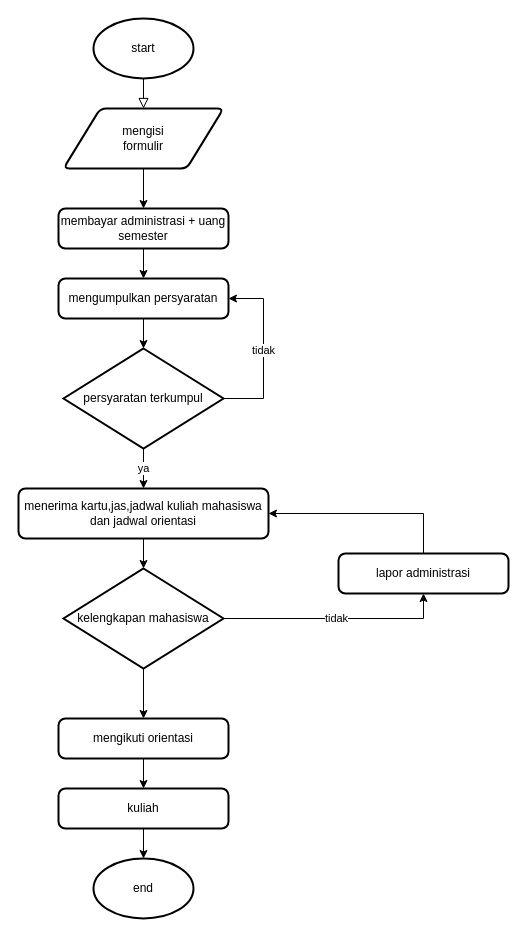
Earlier version of the draw.io diagram frontend/javascript/1-algorithm-and-pseudocode-cp/exercise-1.drawio (ruang-guru/playground). Source tidied: cells renumbered, new cells numbered last; positions are measured from the earlier drawing's top-left corner, leaving out a move shared by most shapes. Both pictures are drawn from the tidied source at 100%, with x=0, y=0 at pixel (18, 18).
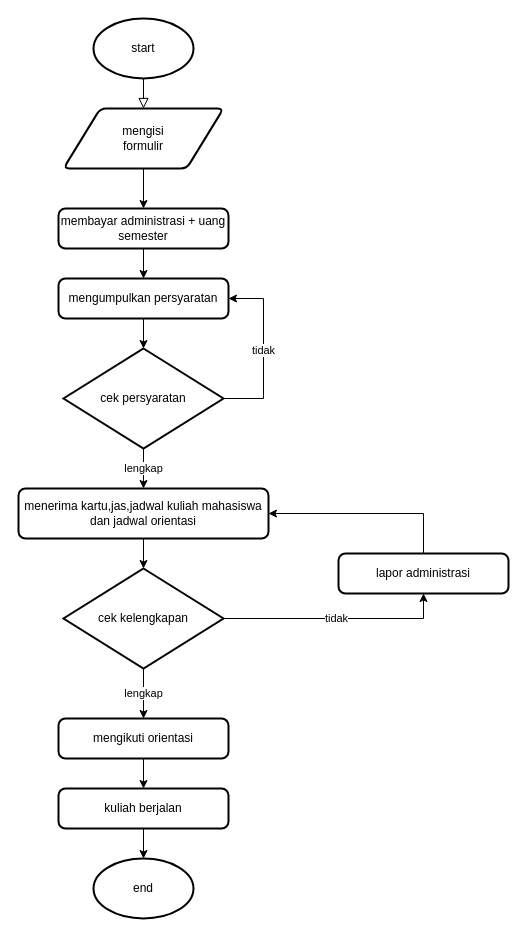
The same page after the edit.

Unchanged cells that the change refers to:
```xml
<mxCell id="14" value="menerima kartu,jas,jadwal kuliah mahasiswa dan jadwal orientasi" style="rounded=1;whiteSpace=wrap;html=1;absoluteArcSize=1;arcSize=14;strokeWidth=2;" parent="1" vertex="1">
  <mxGeometry y="470" width="250" height="50" as="geometry" />
</mxCell>
<mxCell id="21" value="mengikuti orientasi" style="rounded=1;whiteSpace=wrap;html=1;absoluteArcSize=1;arcSize=14;strokeWidth=2;" parent="1" vertex="1">
  <mxGeometry x="40" y="700" width="170" height="40" as="geometry" />
</mxCell>
```

The edit, as a diff of the source:
```diff
@@
-    <mxCell id="9" value="ya" style="edgeStyle=orthogonalEdgeStyle;rounded=0;jettySize=auto;html=1;" parent="1" edge="1" source="10" target="14">
+    <mxCell id="9" value="lengkap" style="edgeStyle=orthogonalEdgeStyle;rounded=0;jettySize=auto;html=1;" parent="1" edge="1" source="10" target="14">
       <mxGeometry relative="1" as="geometry" />
     </mxCell>
-    <mxCell id="10" value="persyaratan terkumpul" style="strokeWidth=2;html=1;shape=mxgraph.flowchart.decision;whiteSpace=wrap;" parent="1" vertex="1">
+    <mxCell id="10" value="cek persyaratan" style="strokeWidth=2;html=1;shape=mxgraph.flowchart.decision;whiteSpace=wrap;" parent="1" vertex="1">
       <mxGeometry x="45" y="330" width="160" height="100" as="geometry" />
     </mxCell>
@@
-    <mxCell id="16" style="edgeStyle=orthogonalEdgeStyle;rounded=0;jettySize=auto;html=1;" parent="1" edge="1" source="17" target="21">
+    <mxCell id="16" value="lengkap" style="edgeStyle=orthogonalEdgeStyle;rounded=0;jettySize=auto;html=1;" parent="1" edge="1" source="17" target="21">
       <mxGeometry relative="1" as="geometry" />
     </mxCell>
-    <mxCell id="17" value="kelengkapan mahasiswa" style="strokeWidth=2;html=1;shape=mxgraph.flowchart.decision;whiteSpace=wrap;" parent="1" vertex="1">
+    <mxCell id="17" value="cek kelengkapan" style="strokeWidth=2;html=1;shape=mxgraph.flowchart.decision;whiteSpace=wrap;" parent="1" vertex="1">
       <mxGeometry x="45" y="550" width="160" height="100" as="geometry" />
     </mxCell>
@@
-    <mxCell id="23" value="kuliah" style="rounded=1;whiteSpace=wrap;html=1;absoluteArcSize=1;arcSize=14;strokeWidth=2;" parent="1" vertex="1">
+    <mxCell id="23" value="kuliah berjalan" style="rounded=1;whiteSpace=wrap;html=1;absoluteArcSize=1;arcSize=14;strokeWidth=2;" parent="1" vertex="1">
       <mxGeometry x="40" y="770" width="170" height="40" as="geometry" />
     </mxCell>
```
